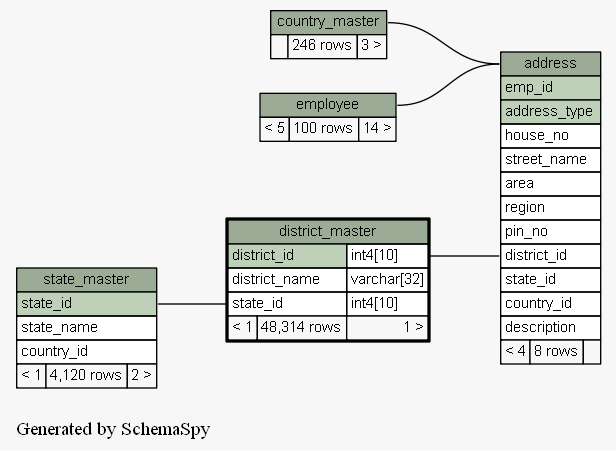
Before: docs/database/schemaspy/graphs/district_master.2degrees.png, a diagram exported from Graphviz (engineerscraft/hrms). Its source is kept beside it as docs/database/schemaspy/graphs/district_master.2degrees.dot.
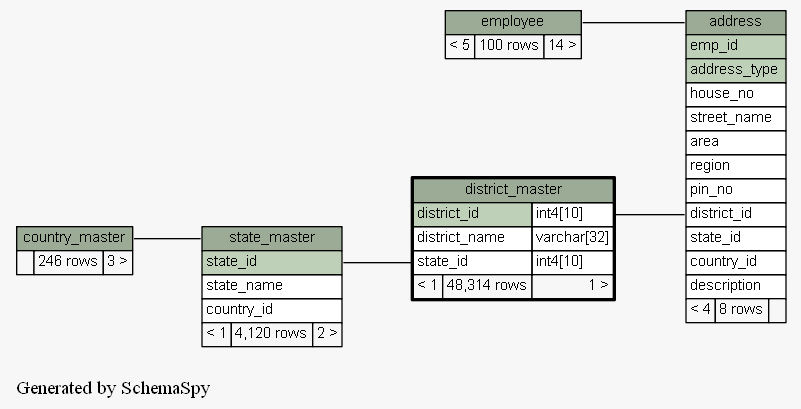
After the change.

Change to the diagram source:
```diff
@@ -13,10 +13,10 @@
   edge [
     arrowsize="0.8"
   ];
-  "address":"address.heading":w -> "country_master":"country_master.heading":e [arrowtail=crowodot arrowhead=none];
   "address":"district_id":w -> "district_master":"district_id.type":e [arrowtail=crowodot arrowhead=none];
   "address":"address.heading":w -> "employee":"employee.heading":e [arrowtail=crowtee arrowhead=none];
   "district_master":"state_id":w -> "state_master":"state_id":e [arrowtail=crowodot arrowhead=none];
+  "state_master":"state_master.heading":w -> "country_master":"country_master.heading":e [arrowtail=crowodot arrowhead=none];
   "address" [
     label=<
     <TABLE BORDER="0" CELLBORDER="1" CELLSPACING="0" BGCOLOR="#ffffff">
```
